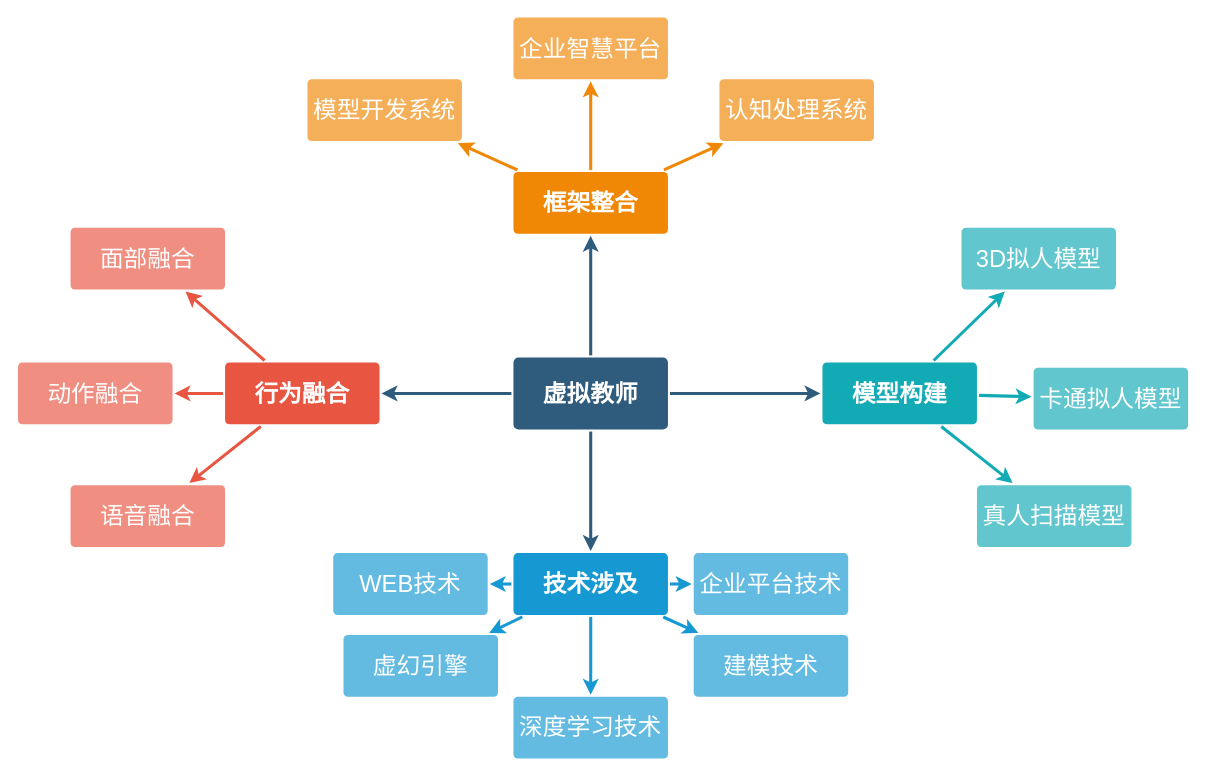
Earlier version of the draw.io diagram 未命名绘图.drawio (YuanFeis/drowio). Source tidied: cells renumbered, new cells numbered last; positions are measured from the earlier drawing's top-left corner, leaving out a move shared by most shapes. Both pictures are drawn from the tidied source at 103%, with x=0, y=0 at pixel (18, 16).
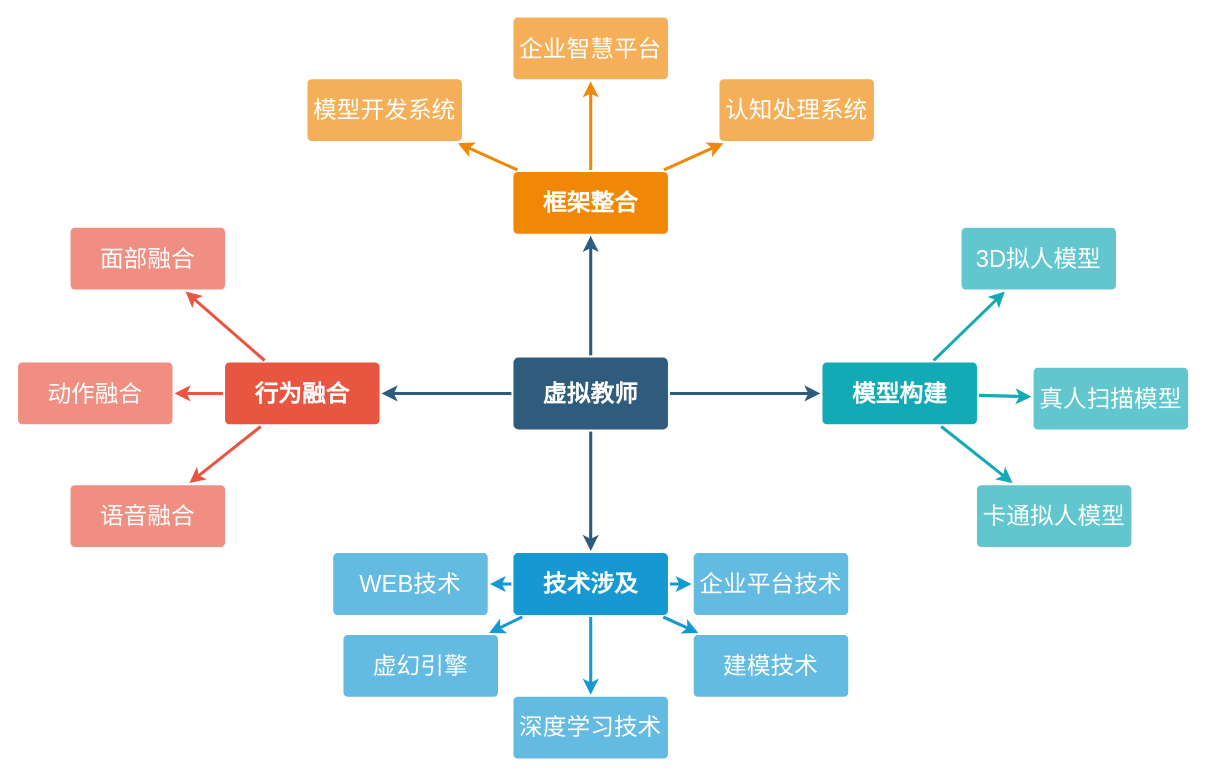
Above is the later version.

Commit message (it also covers changes not shown here):
更新未命名绘图.drawio

The edit, as a diff of the source:
```diff
@@
-    <mxCell id="29" value="真人扫描模型" style="rounded=1;whiteSpace=wrap;html=1;shadow=0;labelBackgroundColor=none;strokeColor=none;strokeWidth=3;fillColor=#61c6ce;fontFamily=Helvetica;fontSize=23;fontColor=#FFFFFF;align=center;spacing=5;fontStyle=0;arcSize=7;perimeterSpacing=2;" parent="1" vertex="1">
+    <mxCell id="29" value="卡通拟人模型" style="rounded=1;whiteSpace=wrap;html=1;shadow=0;labelBackgroundColor=none;strokeColor=none;strokeWidth=3;fillColor=#61c6ce;fontFamily=Helvetica;fontSize=23;fontColor=#FFFFFF;align=center;spacing=5;fontStyle=0;arcSize=7;perimeterSpacing=2;" parent="1" vertex="1">
       <mxGeometry x="931" y="454.5" width="150" height="60" as="geometry" />
     </mxCell>
@@
-    <mxCell id="31" value="卡通拟人模型" style="rounded=1;whiteSpace=wrap;html=1;shadow=0;labelBackgroundColor=none;strokeColor=none;strokeWidth=3;fillColor=#61c6ce;fontFamily=Helvetica;fontSize=23;fontColor=#FFFFFF;align=center;spacing=5;fontStyle=0;arcSize=7;perimeterSpacing=2;" parent="1" vertex="1">
+    <mxCell id="31" value="真人扫描模型" style="rounded=1;whiteSpace=wrap;html=1;shadow=0;labelBackgroundColor=none;strokeColor=none;strokeWidth=3;fillColor=#61c6ce;fontFamily=Helvetica;fontSize=23;fontColor=#FFFFFF;align=center;spacing=5;fontStyle=0;arcSize=7;perimeterSpacing=2;" parent="1" vertex="1">
       <mxGeometry x="986" y="340.5" width="150" height="60" as="geometry" />
     </mxCell>
```
